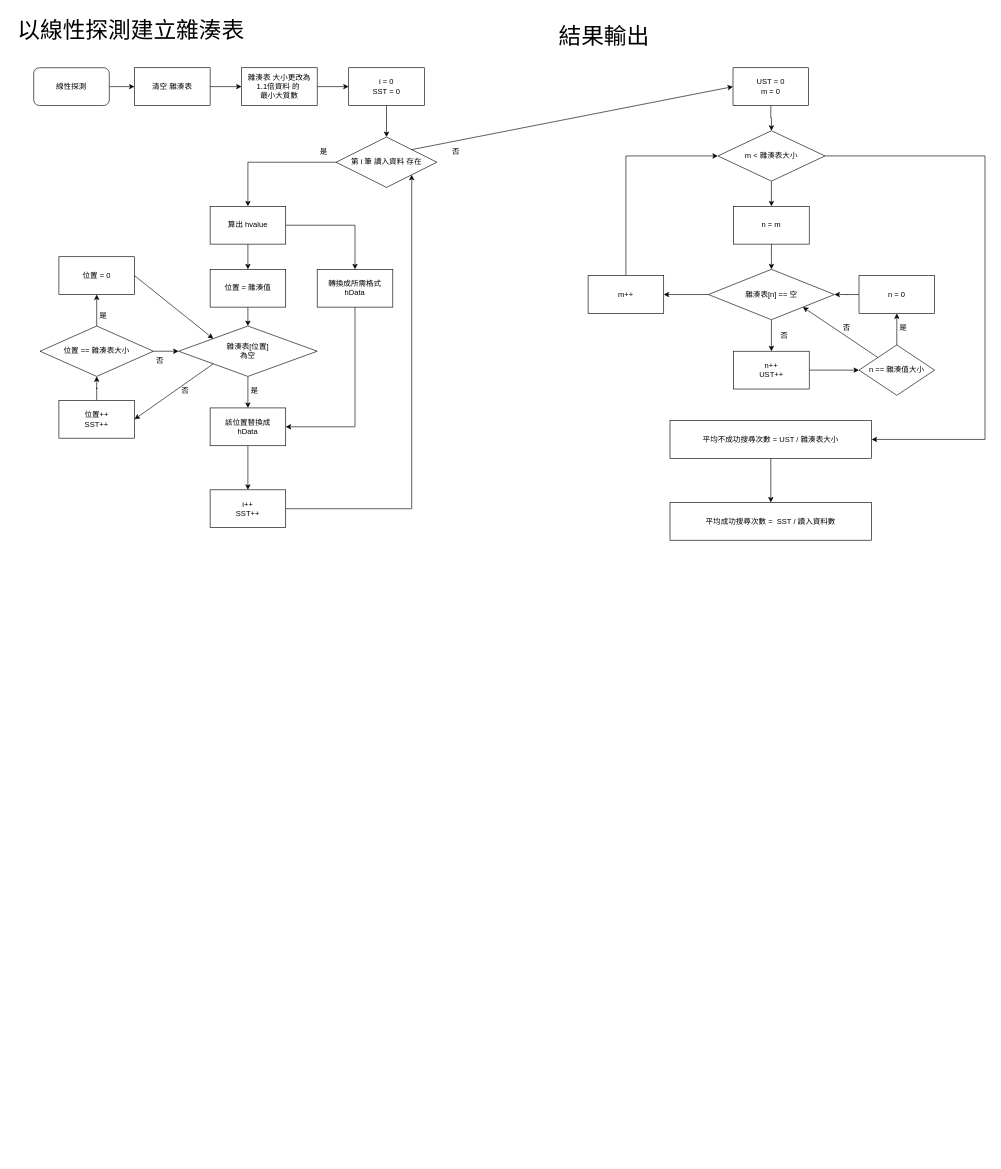
This is Ds2ex03.drawio from PingKP/DataStructure, a draw.io file, before an edit. Source tidied: cells renumbered, new cells numbered last; positions are measured from the earlier drawing's top-left corner, leaving out a move shared by most shapes. Both pictures are drawn from the tidied source at 63%, with x=0, y=0 at pixel (11, 11).
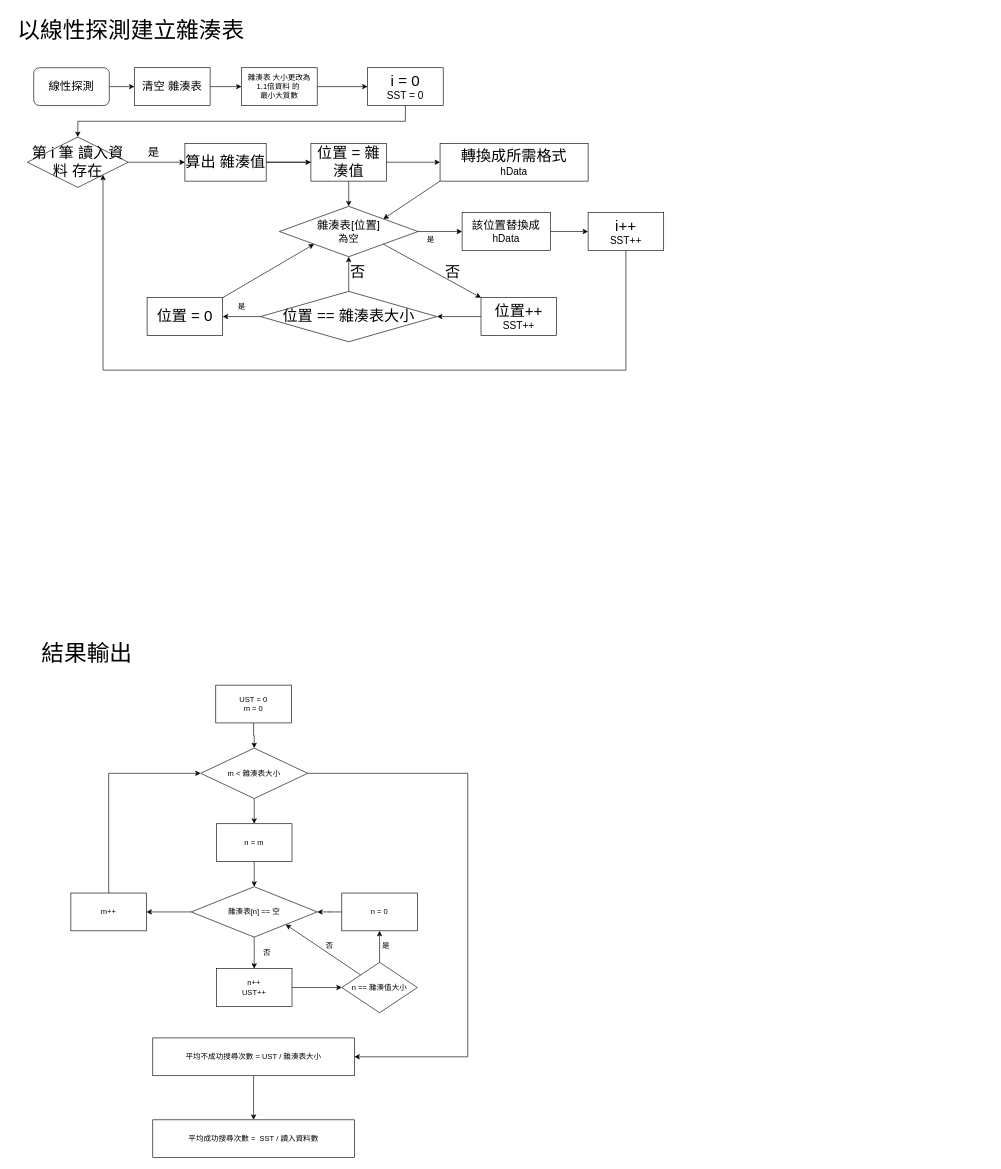
After the change.

The edit, as a diff of the source:
```diff
@@
-    <mxCell id="3" value="線性探測" style="rounded=1;whiteSpace=wrap;html=1;" parent="1" vertex="1">
+    <mxCell id="3" value="&lt;font style=&quot;font-size: 18px;&quot;&gt;線性探測&lt;/font&gt;" style="rounded=1;whiteSpace=wrap;html=1;" parent="1" vertex="1">
       <mxGeometry x="36" y="90" width="120" height="60" as="geometry" />
     </mxCell>
@@
-    <mxCell id="5" value="清空 雜湊表" style="rounded=0;whiteSpace=wrap;html=1;" parent="1" vertex="1">
+    <mxCell id="5" value="&lt;font style=&quot;font-size: 18px;&quot;&gt;清空 雜湊表&lt;/font&gt;" style="rounded=0;whiteSpace=wrap;html=1;" parent="1" vertex="1">
       <mxGeometry x="196" y="90" width="120" height="60" as="geometry" />
     </mxCell>
@@
+    <mxCell id="60" style="edgeStyle=orthogonalEdgeStyle;rounded=0;jettySize=auto;html=1;exitX=0.5;exitY=1;exitDx=0;exitDy=0;entryX=0.5;entryY=0;entryDx=0;entryDy=0;" parent="1" edge="1" source="8" target="10">
+      <mxGeometry relative="1" as="geometry" />
+    </mxCell>
-    <mxCell id="8" value="i = 0&lt;div&gt;SST = 0&lt;/div&gt;" style="rounded=0;whiteSpace=wrap;html=1;" parent="1" vertex="1">
-      <mxGeometry x="536" y="90" width="120" height="60" as="geometry" />
+    <mxCell id="8" value="&lt;font style=&quot;font-size: 24px;&quot;&gt;i = 0&lt;/font&gt;&lt;div&gt;&lt;font size=&quot;3&quot;&gt;SST = 0&lt;/font&gt;&lt;/div&gt;" style="rounded=0;whiteSpace=wrap;html=1;" parent="1" vertex="1">
+      <mxGeometry x="566" y="90" width="120" height="60" as="geometry" />
     </mxCell>
@@
-    <mxCell id="10" value="第 i 筆 讀入資料 存在" style="rhombus;whiteSpace=wrap;html=1;" parent="1" vertex="1">
-      <mxGeometry x="516" y="200" width="160" height="80" as="geometry" />
+    <mxCell id="10" value="&lt;font style=&quot;font-size: 24px;&quot;&gt;第 i 筆 讀入資料 存在&lt;/font&gt;" style="rhombus;whiteSpace=wrap;html=1;" parent="1" vertex="1">
+      <mxGeometry x="26" y="200" width="160" height="80" as="geometry" />
     </mxCell>
-    <mxCell id="11" style="edgeStyle=orthogonalEdgeStyle;rounded=0;jettySize=auto;html=1;exitX=0.5;exitY=1;exitDx=0;exitDy=0;entryX=1;entryY=0.5;entryDx=0;entryDy=0;" parent="1" edge="1" source="12" target="19">
-      <mxGeometry relative="1" as="geometry" />
-    </mxCell>
-    <mxCell id="12" value="轉換成所需格式&lt;div&gt;hData&lt;/div&gt;" style="whiteSpace=wrap;html=1;" parent="1" vertex="1">
-      <mxGeometry x="486" y="410" width="120" height="60" as="geometry" />
+    <mxCell id="12" value="&lt;font style=&quot;font-size: 24px;&quot;&gt;轉換成所需格式&lt;/font&gt;&lt;div&gt;&lt;font size=&quot;3&quot;&gt;hData&lt;/font&gt;&lt;/div&gt;" style="whiteSpace=wrap;html=1;" parent="1" vertex="1">
+      <mxGeometry x="681" y="210" width="235" height="60" as="geometry" />
     </mxCell>
@@
-    <mxCell id="15" value="算出 hvalue" style="whiteSpace=wrap;html=1;" parent="1" vertex="1">
-      <mxGeometry x="316" y="310" width="120" height="60" as="geometry" />
+    <mxCell id="15" value="&lt;font style=&quot;font-size: 24px;&quot;&gt;算出 雜湊值&lt;/font&gt;" style="whiteSpace=wrap;html=1;" parent="1" vertex="1">
+      <mxGeometry x="276" y="210" width="129" height="60" as="geometry" />
     </mxCell>
-    <mxCell id="16" style="edgeStyle=orthogonalEdgeStyle;rounded=0;jettySize=auto;html=1;" parent="1" edge="1" source="17" target="19">
+    <mxCell id="16" style="edgeStyle=orthogonalEdgeStyle;rounded=0;jettySize=auto;html=1;exitX=1;exitY=0.5;exitDx=0;exitDy=0;entryX=0;entryY=0.5;entryDx=0;entryDy=0;" parent="1" edge="1" source="17" target="19">
       <mxGeometry relative="1" as="geometry" />
     </mxCell>
-    <mxCell id="17" value="雜湊表[位置]&lt;div&gt;為空&lt;/div&gt;" style="rhombus;whiteSpace=wrap;html=1;" parent="1" vertex="1">
-      <mxGeometry x="266" y="500" width="220" height="80" as="geometry" />
+    <mxCell id="17" value="&lt;font style=&quot;font-size: 18px;&quot;&gt;雜湊表[位置]&lt;/font&gt;&lt;div&gt;&lt;font size=&quot;3&quot;&gt;為空&lt;/font&gt;&lt;/div&gt;" style="rhombus;whiteSpace=wrap;html=1;" parent="1" vertex="1">
+      <mxGeometry x="426" y="310" width="220" height="80" as="geometry" />
     </mxCell>
-    <mxCell id="18" style="edgeStyle=orthogonalEdgeStyle;rounded=0;jettySize=auto;html=1;exitX=0.5;exitY=1;exitDx=0;exitDy=0;" parent="1" edge="1" source="19" target="21">
+    <mxCell id="18" style="edgeStyle=orthogonalEdgeStyle;rounded=0;jettySize=auto;html=1;exitX=1;exitY=0.5;exitDx=0;exitDy=0;entryX=0;entryY=0.5;entryDx=0;entryDy=0;" parent="1" edge="1" source="19" target="21">
       <mxGeometry relative="1" as="geometry" />
     </mxCell>
-    <mxCell id="19" value="該位置替換成&lt;div&gt;hData&lt;/div&gt;" style="whiteSpace=wrap;html=1;" parent="1" vertex="1">
-      <mxGeometry x="316" y="630" width="120" height="60" as="geometry" />
+    <mxCell id="19" value="&lt;font style=&quot;font-size: 18px;&quot;&gt;該位置替換成&lt;/font&gt;&lt;div&gt;&lt;font size=&quot;3&quot;&gt;hData&lt;/font&gt;&lt;/div&gt;" style="whiteSpace=wrap;html=1;" parent="1" vertex="1">
+      <mxGeometry x="716" y="320" width="140" height="60" as="geometry" />
     </mxCell>
-    <mxCell id="20" style="edgeStyle=orthogonalEdgeStyle;rounded=0;jettySize=auto;html=1;exitX=1;exitY=0.5;exitDx=0;exitDy=0;entryX=1;entryY=1;entryDx=0;entryDy=0;" parent="1" edge="1" source="21" target="10">
+    <mxCell id="20" style="edgeStyle=orthogonalEdgeStyle;rounded=0;jettySize=auto;html=1;exitX=0.5;exitY=1;exitDx=0;exitDy=0;entryX=1;entryY=1;entryDx=0;entryDy=0;" parent="1" edge="1" source="21" target="10">
       <mxGeometry relative="1" as="geometry">
         <Array as="points">
-          <mxPoint x="636" y="790" />
+          <mxPoint x="976" y="570" />
+          <mxPoint x="146" y="570" />
         </Array>
       </mxGeometry>
     </mxCell>
-    <mxCell id="21" value="i++&lt;div&gt;SST++&lt;/div&gt;" style="rounded=0;whiteSpace=wrap;html=1;" parent="1" vertex="1">
-      <mxGeometry x="316" y="760" width="120" height="60" as="geometry" />
+    <mxCell id="21" value="&lt;font style=&quot;font-size: 24px;&quot;&gt;i++&lt;/font&gt;&lt;div&gt;&lt;font size=&quot;3&quot;&gt;SST++&lt;/font&gt;&lt;/div&gt;" style="rounded=0;whiteSpace=wrap;html=1;" parent="1" vertex="1">
+      <mxGeometry x="916" y="320" width="120" height="60" as="geometry" />
     </mxCell>
-    <mxCell id="22" value="是" style="text;html=1;align=center;verticalAlign=middle;strokeColor=none;fillColor=none;" parent="1" vertex="1">
-      <mxGeometry x="366" y="588" width="40" height="30" as="geometry" />
-    </mxCell>
@@
-    <mxCell id="24" value="&lt;div&gt;位置++&lt;/div&gt;&lt;div&gt;SST++&lt;/div&gt;" style="rounded=0;whiteSpace=wrap;html=1;" parent="1" vertex="1">
-      <mxGeometry x="76" y="618" width="120" height="60" as="geometry" />
+    <mxCell id="24" value="&lt;div&gt;&lt;font style=&quot;font-size: 24px;&quot;&gt;位置++&lt;/font&gt;&lt;/div&gt;&lt;div&gt;&lt;font size=&quot;3&quot;&gt;SST++&lt;/font&gt;&lt;/div&gt;" style="rounded=0;whiteSpace=wrap;html=1;" parent="1" vertex="1">
+      <mxGeometry x="746" y="455" width="120" height="60" as="geometry" />
     </mxCell>
-    <mxCell id="25" style="edgeStyle=orthogonalEdgeStyle;rounded=0;jettySize=auto;html=1;exitX=0.5;exitY=1;exitDx=0;exitDy=0;entryX=0.5;entryY=0;entryDx=0;entryDy=0;" parent="1" edge="1" source="26" target="17">
+    <mxCell id="25" style="edgeStyle=orthogonalEdgeStyle;rounded=0;jettySize=auto;html=1;" parent="1" edge="1" source="26" target="17">
       <mxGeometry relative="1" as="geometry" />
     </mxCell>
-    <mxCell id="26" value="位置 = 雜湊值" style="whiteSpace=wrap;html=1;" parent="1" vertex="1">
-      <mxGeometry x="316" y="410" width="120" height="60" as="geometry" />
+    <mxCell id="26" value="&lt;font style=&quot;font-size: 24px;&quot;&gt;位置 = 雜湊值&lt;/font&gt;" style="whiteSpace=wrap;html=1;" parent="1" vertex="1">
+      <mxGeometry x="476" y="210" width="120" height="60" as="geometry" />
     </mxCell>
-    <mxCell id="27" value="否" style="text;html=1;align=center;verticalAlign=middle;strokeColor=none;fillColor=none;" parent="1" vertex="1">
-      <mxGeometry x="256" y="588" width="40" height="30" as="geometry" />
+    <mxCell id="27" value="&lt;font style=&quot;font-size: 24px;&quot;&gt;否&lt;/font&gt;" style="text;html=1;align=center;verticalAlign=middle;strokeColor=none;fillColor=none;" parent="1" vertex="1">
+      <mxGeometry x="525" y="395" width="50" height="40" as="geometry" />
     </mxCell>
@@
-    <mxCell id="29" style="edgeStyle=orthogonalEdgeStyle;rounded=0;jettySize=auto;html=1;exitX=1;exitY=0.5;exitDx=0;exitDy=0;entryX=0;entryY=0.5;entryDx=0;entryDy=0;" parent="1" edge="1" source="30" target="17">
+    <mxCell id="29" style="edgeStyle=orthogonalEdgeStyle;rounded=0;jettySize=auto;html=1;exitX=0.5;exitY=0;exitDx=0;exitDy=0;entryX=0.5;entryY=1;entryDx=0;entryDy=0;" parent="1" edge="1" source="30" target="17">
       <mxGeometry relative="1" as="geometry" />
     </mxCell>
-    <mxCell id="30" value="位置 == 雜湊表大小" style="rhombus;whiteSpace=wrap;html=1;" parent="1" vertex="1">
-      <mxGeometry x="46" y="500" width="180" height="80" as="geometry" />
+    <mxCell id="30" value="&lt;font style=&quot;font-size: 24px;&quot;&gt;位置 == 雜湊表大小&lt;/font&gt;" style="rhombus;whiteSpace=wrap;html=1;" parent="1" vertex="1">
+      <mxGeometry x="396" y="445" width="280" height="80" as="geometry" />
     </mxCell>
-    <mxCell id="31" value="否" style="text;html=1;align=center;verticalAlign=middle;strokeColor=none;fillColor=none;" parent="1" vertex="1">
-      <mxGeometry x="216" y="540" width="40" height="30" as="geometry" />
+    <mxCell id="31" value="&lt;font style=&quot;font-size: 24px;&quot;&gt;否&lt;/font&gt;" style="text;html=1;align=center;verticalAlign=middle;strokeColor=none;fillColor=none;" parent="1" vertex="1">
+      <mxGeometry x="676" y="395" width="50" height="40" as="geometry" />
     </mxCell>
-    <mxCell id="32" value="位置 = 0" style="whiteSpace=wrap;html=1;" parent="1" vertex="1">
-      <mxGeometry x="76" y="390" width="120" height="60" as="geometry" />
+    <mxCell id="32" value="&lt;font style=&quot;font-size: 24px;&quot;&gt;位置 = 0&lt;/font&gt;" style="whiteSpace=wrap;html=1;" parent="1" vertex="1">
+      <mxGeometry x="216" y="455" width="120" height="60" as="geometry" />
     </mxCell>
@@
     <mxCell id="34" value="&lt;font style=&quot;font-size: 36px;&quot;&gt;結果輸出&lt;/font&gt;" style="text;html=1;align=center;verticalAlign=middle;strokeColor=none;fillColor=none;" parent="1" vertex="1">
-      <mxGeometry x="856" y="10" width="170" height="60" as="geometry" />
+      <mxGeometry x="35" y="990" width="170" height="60" as="geometry" />
     </mxCell>
@@
     <mxCell id="36" value="UST = 0&lt;div&gt;m = 0&lt;/div&gt;" style="rounded=0;whiteSpace=wrap;html=1;" parent="1" vertex="1">
-      <mxGeometry x="1146" y="90" width="120" height="60" as="geometry" />
+      <mxGeometry x="325" y="1070" width="120" height="60" as="geometry" />
     </mxCell>
@@
     <mxCell id="38" style="edgeStyle=orthogonalEdgeStyle;rounded=0;jettySize=auto;html=1;exitX=1;exitY=0.5;exitDx=0;exitDy=0;entryX=1;entryY=0.5;entryDx=0;entryDy=0;" parent="1" edge="1" source="39" target="62">
       <mxGeometry relative="1" as="geometry">
         <Array as="points">
-          <mxPoint x="1546" y="230" />
-          <mxPoint x="1546" y="680" />
+          <mxPoint x="725" y="1210" />
+          <mxPoint x="725" y="1660" />
         </Array>
       </mxGeometry>
     </mxCell>
     <mxCell id="39" value="m &amp;lt; 雜湊表大小" style="rhombus;whiteSpace=wrap;html=1;" parent="1" vertex="1">
-      <mxGeometry x="1122" y="190" width="170" height="80" as="geometry" />
+      <mxGeometry x="301" y="1170" width="170" height="80" as="geometry" />
     </mxCell>
     <mxCell id="40" value="是" style="text;html=1;align=center;verticalAlign=middle;strokeColor=none;fillColor=none;" parent="1" vertex="1">
-      <mxGeometry x="126" y="468" width="40" height="30" as="geometry" />
+      <mxGeometry x="346" y="455" width="40" height="30" as="geometry" />
     </mxCell>
@@
     <mxCell id="42" value="n = m" style="whiteSpace=wrap;html=1;" parent="1" vertex="1">
-      <mxGeometry x="1147" y="310" width="120" height="60" as="geometry" />
+      <mxGeometry x="326" y="1290" width="120" height="60" as="geometry" />
     </mxCell>
@@
     <mxCell id="45" value="雜湊表[n] == 空" style="rhombus;whiteSpace=wrap;html=1;" parent="1" vertex="1">
-      <mxGeometry x="1107" y="410" width="200" height="80" as="geometry" />
+      <mxGeometry x="286" y="1390" width="200" height="80" as="geometry" />
     </mxCell>
@@
     <mxCell id="47" value="n++&lt;div&gt;UST++&lt;/div&gt;" style="whiteSpace=wrap;html=1;" parent="1" vertex="1">
-      <mxGeometry x="1147" y="540" width="120" height="60" as="geometry" />
+      <mxGeometry x="326" y="1520" width="120" height="60" as="geometry" />
     </mxCell>
     <mxCell id="48" value="否" style="text;html=1;align=center;verticalAlign=middle;strokeColor=none;fillColor=none;" parent="1" vertex="1">
-      <mxGeometry x="1207" y="500" width="40" height="30" as="geometry" />
+      <mxGeometry x="386" y="1480" width="40" height="30" as="geometry" />
     </mxCell>
@@
     <mxCell id="50" value="m++" style="whiteSpace=wrap;html=1;" parent="1" vertex="1">
-      <mxGeometry x="916" y="420" width="120" height="60" as="geometry" />
+      <mxGeometry x="95" y="1400" width="120" height="60" as="geometry" />
     </mxCell>
@@
     <mxCell id="52" value="n == 雜湊值大小" style="rhombus;whiteSpace=wrap;html=1;" parent="1" vertex="1">
-      <mxGeometry x="1346" y="530" width="120" height="80" as="geometry" />
+      <mxGeometry x="525" y="1510" width="120" height="80" as="geometry" />
     </mxCell>
@@
     <mxCell id="54" value="n = 0" style="whiteSpace=wrap;html=1;" parent="1" vertex="1">
-      <mxGeometry x="1346" y="420" width="120" height="60" as="geometry" />
+      <mxGeometry x="525" y="1400" width="120" height="60" as="geometry" />
     </mxCell>
     <mxCell id="55" value="是" style="text;html=1;align=center;verticalAlign=middle;strokeColor=none;fillColor=none;" parent="1" vertex="1">
-      <mxGeometry x="1396" y="488" width="40" height="30" as="geometry" />
+      <mxGeometry x="575" y="1468" width="40" height="30" as="geometry" />
     </mxCell>
@@
     <mxCell id="57" value="否" style="text;html=1;align=center;verticalAlign=middle;strokeColor=none;fillColor=none;" parent="1" vertex="1">
-      <mxGeometry x="1306" y="488" width="40" height="30" as="geometry" />
+      <mxGeometry x="485" y="1468" width="40" height="30" as="geometry" />
     </mxCell>
-    <mxCell id="58" style="edgeStyle=none;jettySize=auto;html=1;rounded=0;exitX=1;exitY=0.5;exitDx=0;exitDy=0;entryX=0;entryY=0;entryDx=0;entryDy=0;" parent="1" edge="1" source="32" target="17">
-      <mxGeometry relative="1" as="geometry" />
-    </mxCell>
-    <mxCell id="59" style="edgeStyle=none;jettySize=auto;html=1;rounded=0;exitX=0;exitY=1;exitDx=0;exitDy=0;entryX=1;entryY=0.5;entryDx=0;entryDy=0;" parent="1" edge="1" source="17" target="24">
-      <mxGeometry relative="1" as="geometry" />
-    </mxCell>
-    <mxCell id="60" style="edgeStyle=none;jettySize=auto;html=1;rounded=0;exitX=0.5;exitY=1;exitDx=0;exitDy=0;entryX=0.5;entryY=0;entryDx=0;entryDy=0;" parent="1" edge="1" source="8" target="10">
-      <mxGeometry relative="1" as="geometry" />
-    </mxCell>
@@
     <mxCell id="62" value="平均不成功搜尋次數 = UST / 雜湊表大小" style="whiteSpace=wrap;html=1;" parent="1" vertex="1">
-      <mxGeometry x="1046" y="650" width="320" height="60" as="geometry" />
+      <mxGeometry x="225" y="1630" width="320" height="60" as="geometry" />
     </mxCell>
     <mxCell id="63" value="平均成功搜尋次數 =&amp;nbsp; SST /&amp;nbsp;&lt;span style=&quot;background-color: transparent; color: light-dark(rgb(0, 0, 0), rgb(255, 255, 255));&quot;&gt;讀入資料數&lt;/span&gt;" style="whiteSpace=wrap;html=1;" parent="1" vertex="1">
-      <mxGeometry x="1046" y="780" width="320" height="60" as="geometry" />
+      <mxGeometry x="225" y="1760" width="320" height="60" as="geometry" />
     </mxCell>
-    <mxCell id="64" value="是" style="text;html=1;align=center;verticalAlign=middle;strokeColor=none;fillColor=none;" parent="1" vertex="1">
-      <mxGeometry x="476" y="208" width="40" height="30" as="geometry" />
+    <mxCell id="64" value="&lt;font style=&quot;font-size: 18px;&quot;&gt;是&lt;/font&gt;" style="text;html=1;align=center;verticalAlign=middle;strokeColor=none;fillColor=none;" parent="1" vertex="1">
+      <mxGeometry x="206" y="205" width="40" height="40" as="geometry" />
     </mxCell>
-    <mxCell id="65" style="edgeStyle=none;jettySize=auto;html=1;rounded=0;exitX=1;exitY=0;exitDx=0;exitDy=0;entryX=0;entryY=0.5;entryDx=0;entryDy=0;" parent="1" edge="1" source="10" target="36">
-      <mxGeometry relative="1" as="geometry" />
-    </mxCell>
-    <mxCell id="66" value="否" style="text;html=1;align=center;verticalAlign=middle;strokeColor=none;fillColor=none;" parent="1" vertex="1">
-      <mxGeometry x="686" y="208" width="40" height="30" as="geometry" />
-    </mxCell>
+    <mxCell id="22" value="是" style="text;html=1;align=center;verticalAlign=middle;strokeColor=none;fillColor=none;" parent="1" vertex="1">
+      <mxGeometry x="646" y="348" width="40" height="30" as="geometry" />
+    </mxCell>
+    <mxCell id="59" style="edgeStyle=none;jettySize=auto;html=1;rounded=0;exitX=1;exitY=1;exitDx=0;exitDy=0;entryX=0;entryY=0;entryDx=0;entryDy=0;" parent="1" edge="1" source="17" target="24">
+      <mxGeometry relative="1" as="geometry" />
+    </mxCell>
+    <mxCell id="58" style="edgeStyle=none;jettySize=auto;html=1;rounded=0;exitX=1;exitY=0;exitDx=0;exitDy=0;entryX=0;entryY=1;entryDx=0;entryDy=0;" parent="1" edge="1" source="32" target="17">
+      <mxGeometry relative="1" as="geometry" />
+    </mxCell>
+    <mxCell id="67" style="edgeStyle=none;jettySize=auto;html=1;rounded=0;exitX=0;exitY=1;exitDx=0;exitDy=0;entryX=1;entryY=0;entryDx=0;entryDy=0;" parent="1" edge="1" source="12" target="17">
+      <mxGeometry relative="1" as="geometry" />
+    </mxCell>
```
